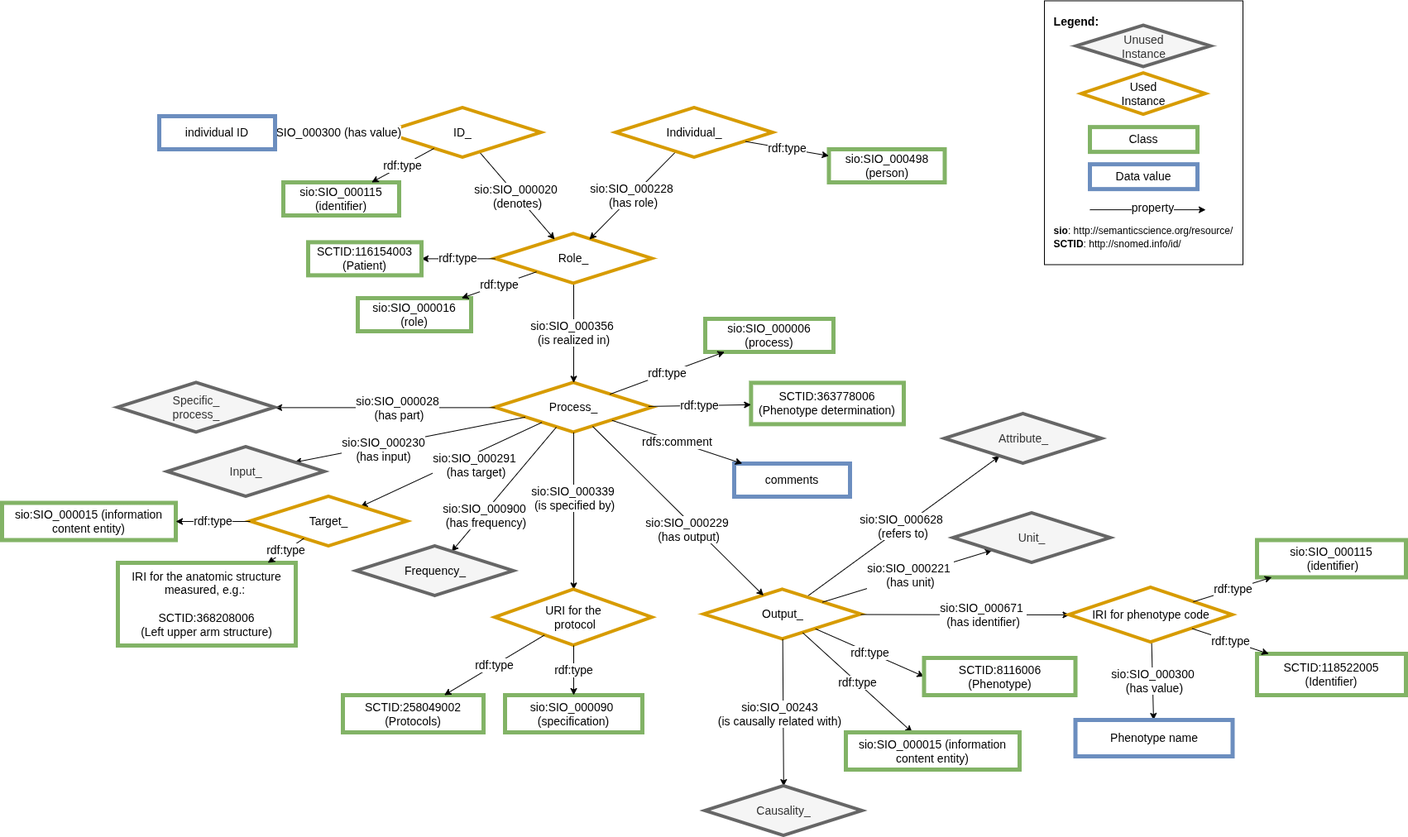
This is images/snomed/CARE-SM-snomed-Phenotype.drawio.png from CARE-SM/CARE-Semantic-Model, a draw.io export, as it was before one commit. Source tidied: cells renumbered, new cells last; positions are measured from the earlier drawing's top-left corner, leaving out a move shared by most shapes.
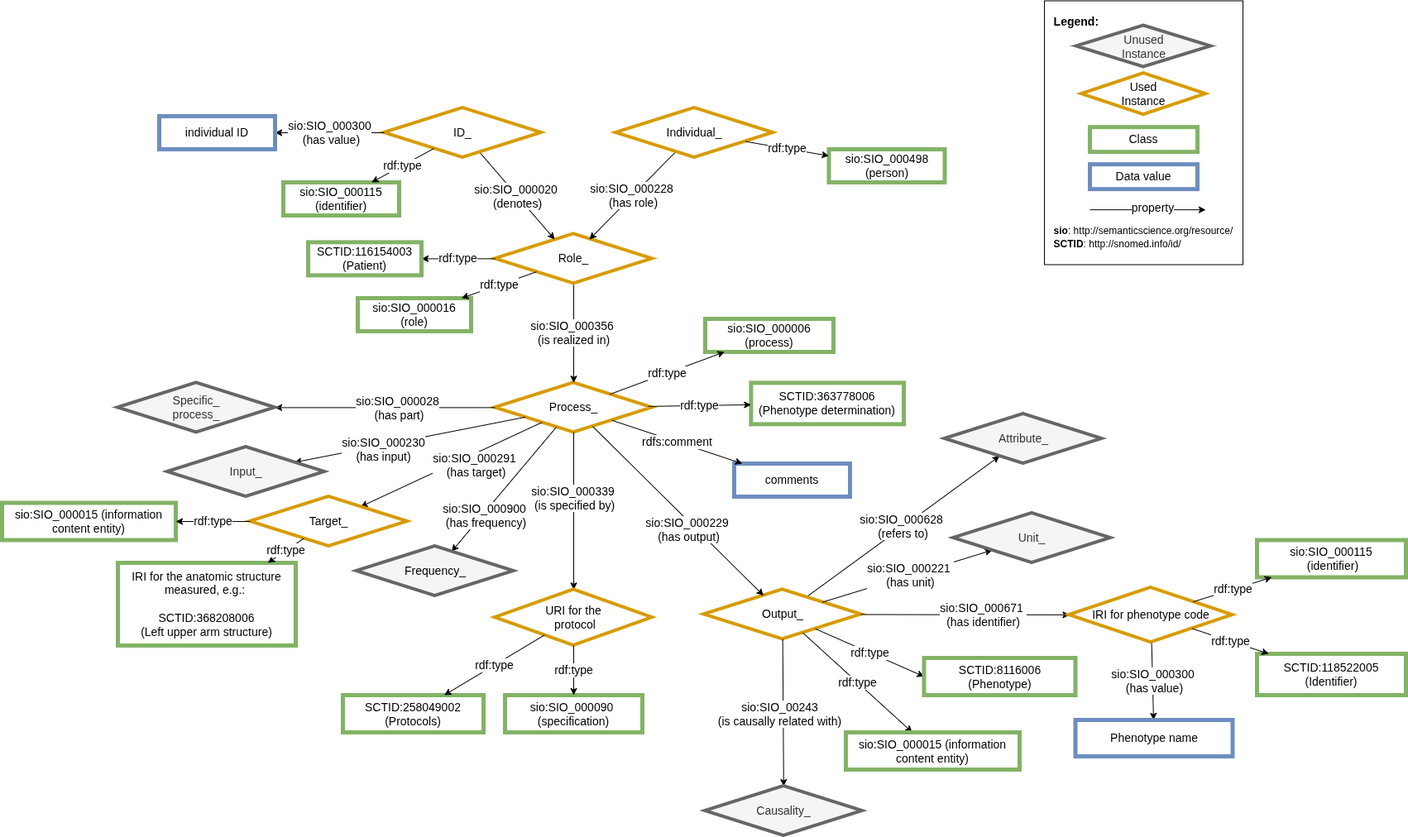
After the change.

Change to the diagram source:
```diff
@@ -176,7 +176,7 @@
     <mxCell id="53" value="rdf:type" style="edgeStyle=none;rounded=0;jettySize=auto;html=1;fontSize=14;" parent="1" edge="1" source="47" target="50">
       <mxGeometry relative="1" as="geometry" />
     </mxCell>
-    <mxCell id="54" value="sio:SIO_000300 (has value)" style="rounded=0;jettySize=auto;html=1;fontSize=14;" parent="1" edge="1" source="49" target="55">
+    <mxCell id="54" value="sio:SIO_000300&lt;div&gt;&amp;nbsp;(has value)&lt;/div&gt;" style="rounded=0;jettySize=auto;html=1;fontSize=14;" parent="1" edge="1" source="49" target="55">
       <mxGeometry relative="1" as="geometry" />
     </mxCell>
     <mxCell id="55" value="individual ID" style="whiteSpace=wrap;html=1;fillColor=#FFFFFF;strokeColor=#6c8ebf;strokeWidth=5;fontSize=14;" parent="1" vertex="1">
```
